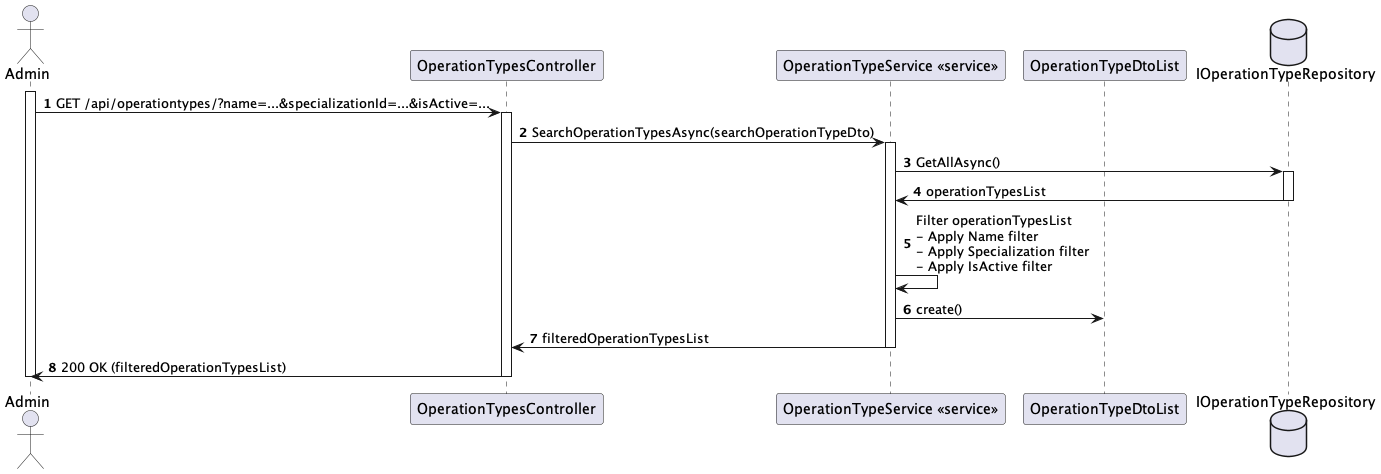
The PlantUML diagram docs/OperationTypeListSearch/views/level3/process-view2.png in Lapr5G21/sem5pi-24-25-3ddg21, before a commit.
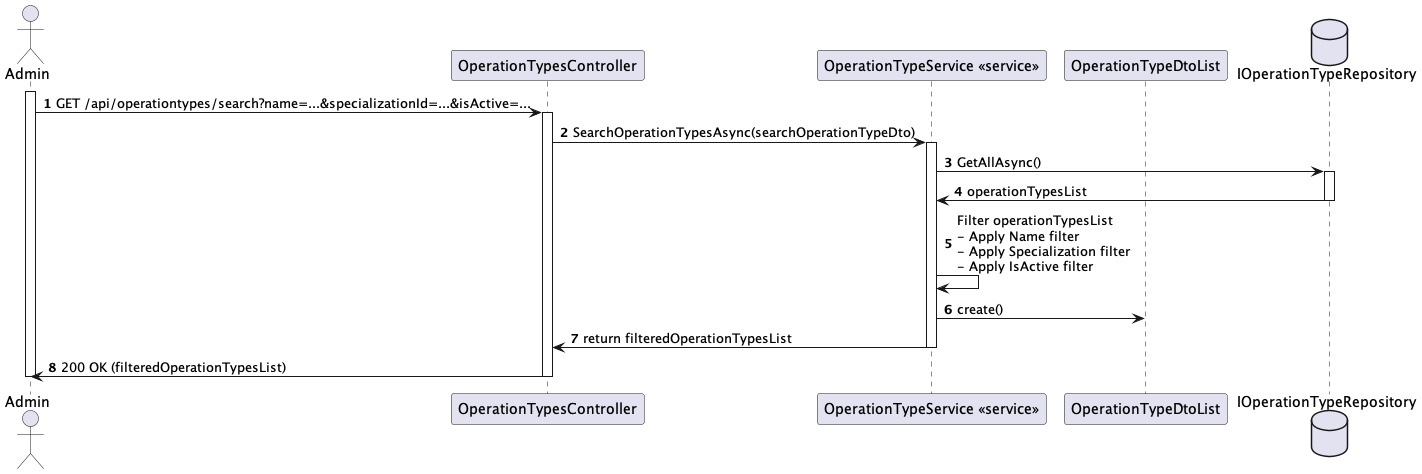
The same file after the commit.

Diff of the diagram source:
```diff
@@ -7,8 +7,7 @@
 database IOperationTypeRepository as "IOperationTypeRepository"
 
 activate Admin
-
-Admin -> CTRL : GET /api/operationtypes/?name=...&specializationId=...&isActive=...
+Admin -> CTRL : GET /api/operationtypes/search?name=...&specializationId=...&isActive=...
 activate CTRL
 
 CTRL -> SERVICE : SearchOperationTypesAsync(searchOperationTypeDto)
@@ -22,7 +21,7 @@
 
 SERVICE -> SERVICE : Filter operationTypesList \n- Apply Name filter \n- Apply Specialization filter \n- Apply IsActive filter
 SERVICE -> OperationTypeDtoList : create()
-SERVICE -> CTRL : filteredOperationTypesList
+SERVICE -> CTRL : return filteredOperationTypesList
 
 deactivate SERVICE
 
```
